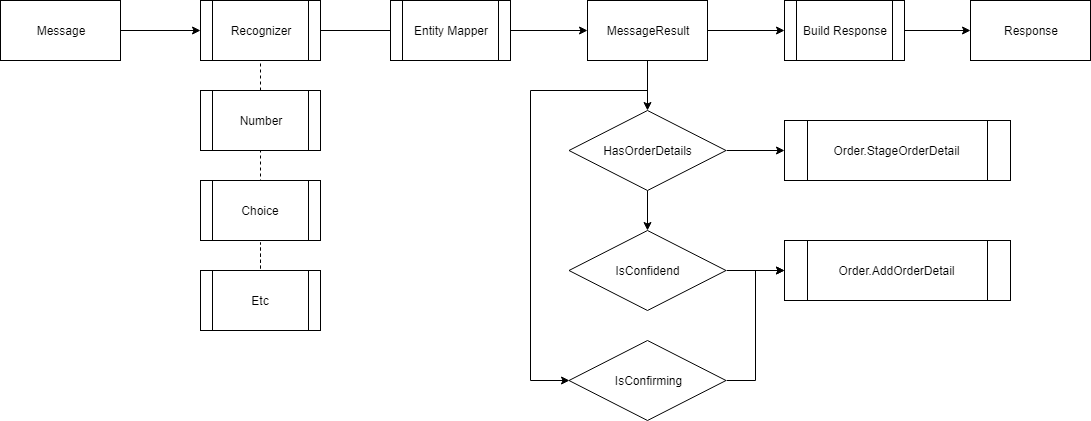
Above: Labs/Images/MainMesageFlow.png in Thomvdm/RubberDuckyLabs (draw.io), before the change. Source tidied: cells renumbered, new cells last; positions are measured from the earlier drawing's top-left corner, leaving out a move shared by most shapes.
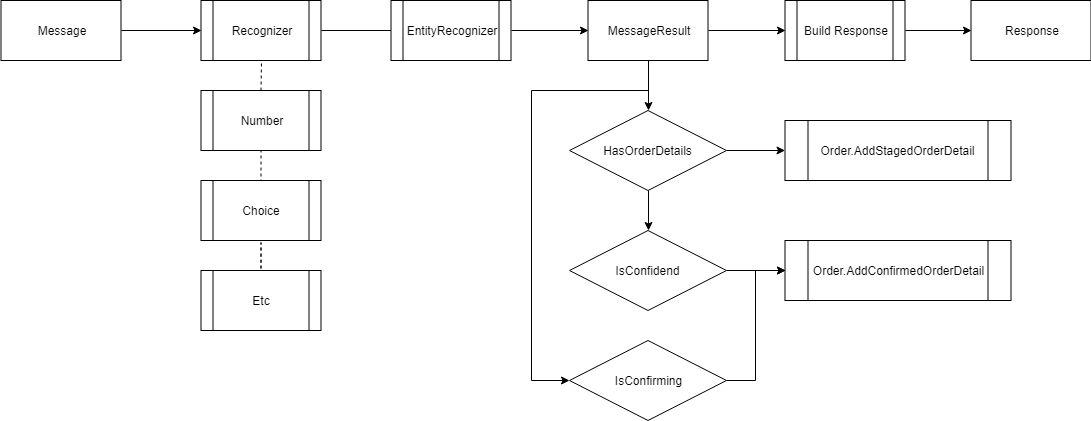
After the change.

Diff of the diagram source:
```diff
@@ -45,7 +45,7 @@
     <mxCell id="10" style="edgeStyle=orthogonalEdgeStyle;rounded=0;jettySize=auto;html=1;exitX=1;exitY=0.5;exitDx=0;exitDy=0;entryX=0;entryY=0.5;entryDx=0;entryDy=0;" parent="1" edge="1" source="11" target="18">
       <mxGeometry relative="1" as="geometry" />
     </mxCell>
-    <mxCell id="11" value="Entity Mapper" style="shape=process;whiteSpace=wrap;html=1;backgroundOutline=1;" parent="1" vertex="1">
+    <mxCell id="11" value="EntityRecognizer" style="shape=process;whiteSpace=wrap;html=1;backgroundOutline=1;" parent="1" vertex="1">
       <mxGeometry x="390" width="120" height="60" as="geometry" />
     </mxCell>
     <mxCell id="12" value="Number" style="shape=process;whiteSpace=wrap;html=1;backgroundOutline=1;" parent="1" vertex="1">
@@ -84,7 +84,7 @@
     <mxCell id="21" value="Response" style="rounded=0;whiteSpace=wrap;html=1;" parent="1" vertex="1">
       <mxGeometry x="970" width="120" height="60" as="geometry" />
     </mxCell>
-    <mxCell id="22" value="Order.StageOrderDetail" style="shape=process;whiteSpace=wrap;html=1;backgroundOutline=1;" parent="1" vertex="1">
+    <mxCell id="22" value="Order.AddStagedOrderDetail" style="shape=process;whiteSpace=wrap;html=1;backgroundOutline=1;" parent="1" vertex="1">
       <mxGeometry x="784" y="120" width="226" height="60" as="geometry" />
     </mxCell>
     <mxCell id="23" style="edgeStyle=orthogonalEdgeStyle;rounded=0;jettySize=auto;html=1;exitX=1;exitY=0.5;exitDx=0;exitDy=0;" parent="1" edge="1" source="25" target="22">
@@ -102,7 +102,7 @@
     <mxCell id="27" value="IsConfirming" style="rhombus;whiteSpace=wrap;html=1;" parent="1" vertex="1">
       <mxGeometry x="568.5" y="340" width="157" height="80" as="geometry" />
     </mxCell>
-    <mxCell id="28" value="Order.AddOrderDetail" style="shape=process;whiteSpace=wrap;html=1;backgroundOutline=1;" parent="1" vertex="1">
+    <mxCell id="28" value="Order.AddConfirmedOrderDetail" style="shape=process;whiteSpace=wrap;html=1;backgroundOutline=1;" parent="1" vertex="1">
       <mxGeometry x="784" y="240" width="226" height="60" as="geometry" />
     </mxCell>
     <mxCell id="29" style="edgeStyle=orthogonalEdgeStyle;rounded=0;jettySize=auto;html=1;exitX=1;exitY=0.5;exitDx=0;exitDy=0;entryX=0;entryY=0.5;entryDx=0;entryDy=0;" parent="1" edge="1" source="30" target="28">
```
